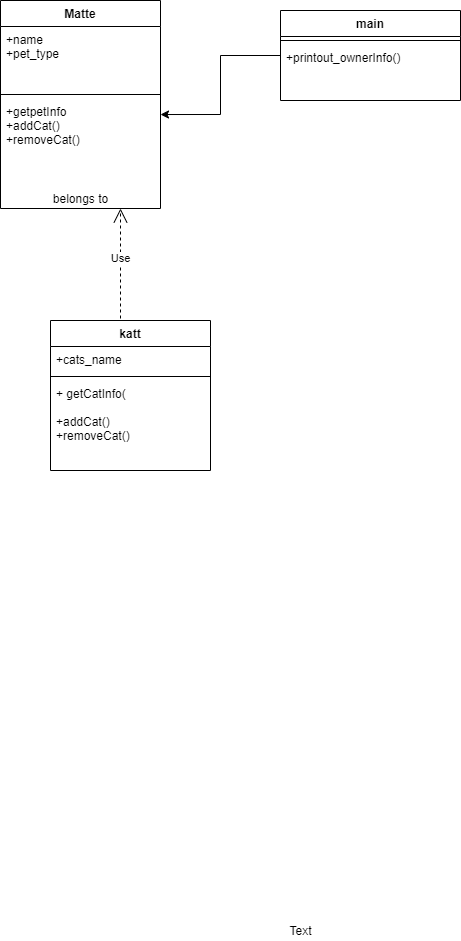
Above: uppgift2_2/uppgift2_2.png in GodwinOziegbe/school-projects (draw.io), before the change. Source tidied: cells renumbered, new cells last; positions are measured from the earlier drawing's top-left corner, leaving out a move shared by most shapes. The source it was exported from:
```xml
<mxGraphModel>
  <root>
    <mxCell id="0" />
    <mxCell id="1" parent="0" />
    <mxCell id="2" value="Matte" style="swimlane;fontStyle=1;align=center;verticalAlign=top;horizontal=1;startSize=26;" parent="1" vertex="1">
      <mxGeometry width="160" height="208" as="geometry" />
    </mxCell>
    <mxCell id="3" value="+name&#10;+pet_type&#10;&#10;" style="text;strokeColor=none;fillColor=none;align=left;verticalAlign=top;spacingLeft=4;spacingRight=4;overflow=hidden;" parent="2" vertex="1">
      <mxGeometry y="26" width="160" height="64" as="geometry" />
    </mxCell>
    <mxCell id="4" style="line;strokeWidth=1;fillColor=none;align=left;verticalAlign=middle;spacingTop=-1;spacingLeft=3;spacingRight=3;labelPosition=right;" parent="2" vertex="1">
      <mxGeometry y="90" width="160" height="8" as="geometry" />
    </mxCell>
    <mxCell id="5" value="+getpetInfo&#10;+addCat()&#10;+removeCat()" style="text;strokeColor=none;fillColor=none;align=left;verticalAlign=top;spacingLeft=4;spacingRight=4;overflow=hidden;points=[[0,0.5],[1,0.5]];portConstraint=eastwest;" parent="2" vertex="1">
      <mxGeometry y="98" width="160" height="90" as="geometry" />
    </mxCell>
    <mxCell id="6" value="belongs to" style="text;html=1;align=center;verticalAlign=middle;" parent="2" vertex="1">
      <mxGeometry y="188" width="160" height="20" as="geometry" />
    </mxCell>
    <mxCell id="7" value="katt" style="swimlane;fontStyle=1;align=center;verticalAlign=top;horizontal=1;startSize=26;" parent="1" vertex="1">
      <mxGeometry x="50" y="320" width="160" height="150" as="geometry" />
    </mxCell>
    <mxCell id="8" value="+cats_name&#10;" style="text;strokeColor=none;fillColor=none;align=left;verticalAlign=top;spacingLeft=4;spacingRight=4;overflow=hidden;" parent="7" vertex="1">
      <mxGeometry y="26" width="160" height="26" as="geometry" />
    </mxCell>
    <mxCell id="9" style="line;strokeWidth=1;fillColor=none;align=left;verticalAlign=middle;spacingTop=-1;spacingLeft=3;spacingRight=3;labelPosition=right;" parent="7" vertex="1">
      <mxGeometry y="52" width="160" height="8" as="geometry" />
    </mxCell>
    <mxCell id="10" value="+ getCatInfo(&#10;&#10;+addCat()&#10;+removeCat()" style="text;strokeColor=none;fillColor=none;align=left;verticalAlign=top;spacingLeft=4;spacingRight=4;overflow=hidden;" parent="7" vertex="1">
      <mxGeometry y="60" width="160" height="90" as="geometry" />
    </mxCell>
    <mxCell id="11" value="Text" style="text;html=1;align=center;verticalAlign=middle;" parent="1" vertex="1">
      <mxGeometry x="280" y="920" width="40" height="20" as="geometry" />
    </mxCell>
    <mxCell id="12" style="edgeStyle=orthogonalEdgeStyle;rounded=0;jettySize=auto;html=1;entryX=1;entryY=0.178;entryDx=0;entryDy=0;entryPerimeter=0;" parent="1" edge="1" source="13" target="5">
      <mxGeometry relative="1" as="geometry" />
    </mxCell>
    <mxCell id="13" value="main" style="swimlane;fontStyle=1;align=center;verticalAlign=top;horizontal=1;startSize=26;" parent="1" vertex="1">
      <mxGeometry x="280" y="10" width="180" height="90" as="geometry" />
    </mxCell>
    <mxCell id="14" style="line;strokeWidth=1;fillColor=none;align=left;verticalAlign=middle;spacingTop=-1;spacingLeft=3;spacingRight=3;labelPosition=right;" parent="13" vertex="1">
      <mxGeometry y="26" width="180" height="8" as="geometry" />
    </mxCell>
    <mxCell id="15" value="+printout_ownerInfo()&#10;" style="text;strokeColor=none;fillColor=none;align=left;verticalAlign=top;spacingLeft=4;spacingRight=4;overflow=hidden;" parent="13" vertex="1">
      <mxGeometry y="34" width="180" height="56" as="geometry" />
    </mxCell>
    <mxCell id="16" value="Use" style="endArrow=open;endSize=12;dashed=1;html=1;" parent="1" edge="1">
      <mxGeometry x="0.09" relative="1" as="geometry">
        <mxPoint x="120" y="318" as="sourcePoint" />
        <mxPoint x="120" y="208" as="targetPoint" />
      </mxGeometry>
    </mxCell>
  </root>
</mxGraphModel>
```
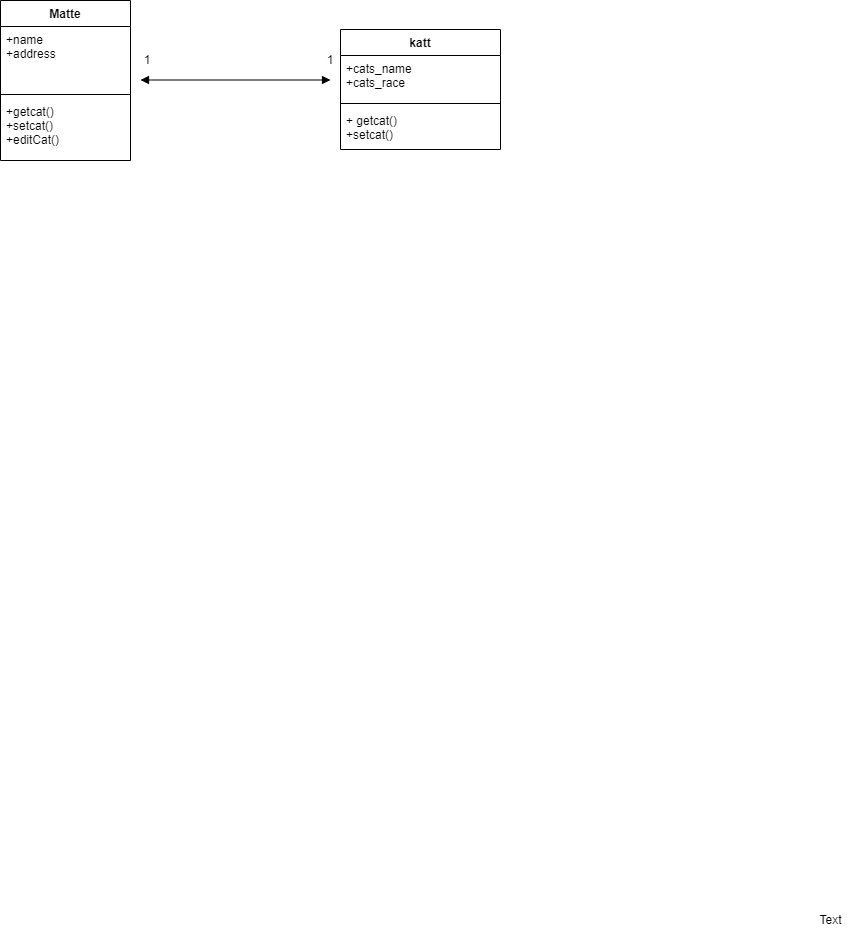
Later version of the same file.

Change to the diagram source:
```diff
@@ -3,52 +3,43 @@
     <mxCell id="0" />
     <mxCell id="1" parent="0" />
     <mxCell id="2" value="Matte" style="swimlane;fontStyle=1;align=center;verticalAlign=top;horizontal=1;startSize=26;" parent="1" vertex="1">
-      <mxGeometry width="160" height="208" as="geometry" />
+      <mxGeometry x="-530" y="11" width="130" height="160" as="geometry" />
     </mxCell>
-    <mxCell id="3" value="+name&#10;+pet_type&#10;&#10;" style="text;strokeColor=none;fillColor=none;align=left;verticalAlign=top;spacingLeft=4;spacingRight=4;overflow=hidden;" parent="2" vertex="1">
-      <mxGeometry y="26" width="160" height="64" as="geometry" />
+    <mxCell id="3" value="+name&#10;+address&#10;&#10;" style="text;strokeColor=none;fillColor=none;align=left;verticalAlign=top;spacingLeft=4;spacingRight=4;overflow=hidden;" parent="2" vertex="1">
+      <mxGeometry y="26" width="130" height="64" as="geometry" />
     </mxCell>
     <mxCell id="4" style="line;strokeWidth=1;fillColor=none;align=left;verticalAlign=middle;spacingTop=-1;spacingLeft=3;spacingRight=3;labelPosition=right;" parent="2" vertex="1">
-      <mxGeometry y="90" width="160" height="8" as="geometry" />
+      <mxGeometry y="90" width="130" height="8" as="geometry" />
     </mxCell>
-    <mxCell id="5" value="+getpetInfo&#10;+addCat()&#10;+removeCat()" style="text;strokeColor=none;fillColor=none;align=left;verticalAlign=top;spacingLeft=4;spacingRight=4;overflow=hidden;points=[[0,0.5],[1,0.5]];portConstraint=eastwest;" parent="2" vertex="1">
-      <mxGeometry y="98" width="160" height="90" as="geometry" />
+    <mxCell id="5" value="+getcat()&#10;+setcat()&#10;+editCat()" style="text;strokeColor=none;fillColor=none;align=left;verticalAlign=top;spacingLeft=4;spacingRight=4;overflow=hidden;points=[[0,0.5],[1,0.5]];portConstraint=eastwest;" parent="2" vertex="1">
+      <mxGeometry y="98" width="130" height="62" as="geometry" />
     </mxCell>
-    <mxCell id="6" value="belongs to" style="text;html=1;align=center;verticalAlign=middle;" parent="2" vertex="1">
-      <mxGeometry y="188" width="160" height="20" as="geometry" />
-    </mxCell>
     <mxCell id="7" value="katt" style="swimlane;fontStyle=1;align=center;verticalAlign=top;horizontal=1;startSize=26;" parent="1" vertex="1">
-      <mxGeometry x="50" y="320" width="160" height="150" as="geometry" />
+      <mxGeometry x="-190" y="40" width="160" height="120" as="geometry" />
     </mxCell>
-    <mxCell id="8" value="+cats_name&#10;" style="text;strokeColor=none;fillColor=none;align=left;verticalAlign=top;spacingLeft=4;spacingRight=4;overflow=hidden;" parent="7" vertex="1">
-      <mxGeometry y="26" width="160" height="26" as="geometry" />
+    <mxCell id="8" value="+cats_name&#10;+cats_race&#10;" style="text;strokeColor=none;fillColor=none;align=left;verticalAlign=top;spacingLeft=4;spacingRight=4;overflow=hidden;" parent="7" vertex="1">
+      <mxGeometry y="26" width="160" height="44" as="geometry" />
     </mxCell>
     <mxCell id="9" style="line;strokeWidth=1;fillColor=none;align=left;verticalAlign=middle;spacingTop=-1;spacingLeft=3;spacingRight=3;labelPosition=right;" parent="7" vertex="1">
-      <mxGeometry y="52" width="160" height="8" as="geometry" />
+      <mxGeometry y="70" width="160" height="8" as="geometry" />
     </mxCell>
-    <mxCell id="10" value="+ getCatInfo(&#10;&#10;+addCat()&#10;+removeCat()" style="text;strokeColor=none;fillColor=none;align=left;verticalAlign=top;spacingLeft=4;spacingRight=4;overflow=hidden;" parent="7" vertex="1">
-      <mxGeometry y="60" width="160" height="90" as="geometry" />
+    <mxCell id="10" value="+ getcat()&#10;+setcat()&#10;" style="text;strokeColor=none;fillColor=none;align=left;verticalAlign=top;spacingLeft=4;spacingRight=4;overflow=hidden;" parent="7" vertex="1">
+      <mxGeometry y="78" width="160" height="42" as="geometry" />
     </mxCell>
     <mxCell id="11" value="Text" style="text;html=1;align=center;verticalAlign=middle;" parent="1" vertex="1">
       <mxGeometry x="280" y="920" width="40" height="20" as="geometry" />
     </mxCell>
-    <mxCell id="12" style="edgeStyle=orthogonalEdgeStyle;rounded=0;jettySize=auto;html=1;entryX=1;entryY=0.178;entryDx=0;entryDy=0;entryPerimeter=0;" parent="1" edge="1" source="13" target="5">
-      <mxGeometry relative="1" as="geometry" />
-    </mxCell>
-    <mxCell id="13" value="main" style="swimlane;fontStyle=1;align=center;verticalAlign=top;horizontal=1;startSize=26;" parent="1" vertex="1">
-      <mxGeometry x="280" y="10" width="180" height="90" as="geometry" />
-    </mxCell>
-    <mxCell id="14" style="line;strokeWidth=1;fillColor=none;align=left;verticalAlign=middle;spacingTop=-1;spacingLeft=3;spacingRight=3;labelPosition=right;" parent="13" vertex="1">
-      <mxGeometry y="26" width="180" height="8" as="geometry" />
-    </mxCell>
-    <mxCell id="15" value="+printout_ownerInfo()&#10;" style="text;strokeColor=none;fillColor=none;align=left;verticalAlign=top;spacingLeft=4;spacingRight=4;overflow=hidden;" parent="13" vertex="1">
-      <mxGeometry y="34" width="180" height="56" as="geometry" />
-    </mxCell>
-    <mxCell id="16" value="Use" style="endArrow=open;endSize=12;dashed=1;html=1;" parent="1" edge="1">
-      <mxGeometry x="0.09" relative="1" as="geometry">
-        <mxPoint x="120" y="318" as="sourcePoint" />
-        <mxPoint x="120" y="208" as="targetPoint" />
-      </mxGeometry>
-    </mxCell>
+    <mxCell id="17" style="endArrow=block;startArrow=block;endFill=1;startFill=1;html=1;" parent="1" edge="1">
+      <mxGeometry relative="1" as="geometry">
+        <mxPoint x="-390" y="90.5" as="sourcePoint" />
+        <mxPoint x="-200" y="90.5" as="targetPoint" />
+      </mxGeometry>
+    </mxCell>
+    <mxCell id="18" value="1" style="text;html=1;strokeColor=none;fillColor=none;align=center;verticalAlign=middle;whiteSpace=wrap;rounded=0;" parent="1" vertex="1">
+      <mxGeometry x="-403" y="60" width="40" height="20" as="geometry" />
+    </mxCell>
+    <mxCell id="19" value="1" style="text;html=1;strokeColor=none;fillColor=none;align=center;verticalAlign=middle;whiteSpace=wrap;rounded=0;" parent="1" vertex="1">
+      <mxGeometry x="-220" y="60" width="40" height="20" as="geometry" />
+    </mxCell>
   </root>
 </mxGraphModel>
```
